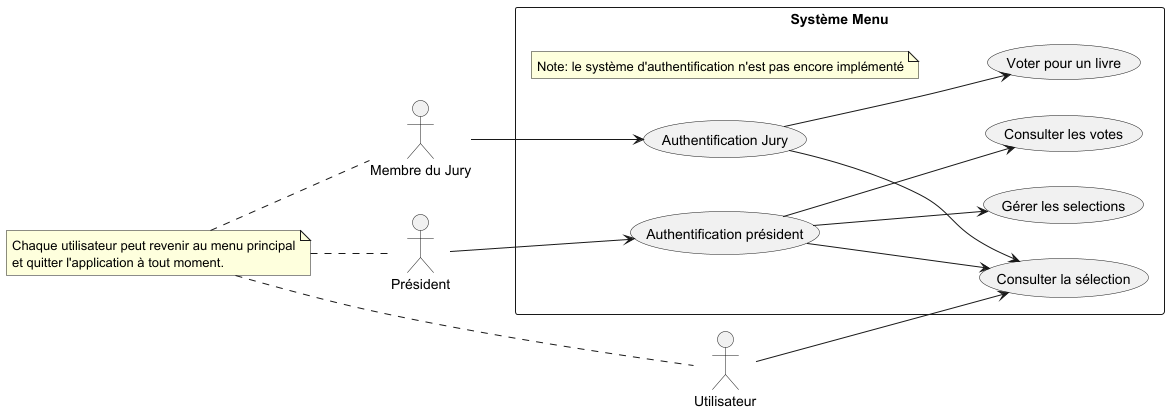
Before: doc/uml/1-use_case/goncourt-use_case.png, a diagram exported from PlantUML (john7440/Evaluation-Metier-Python).
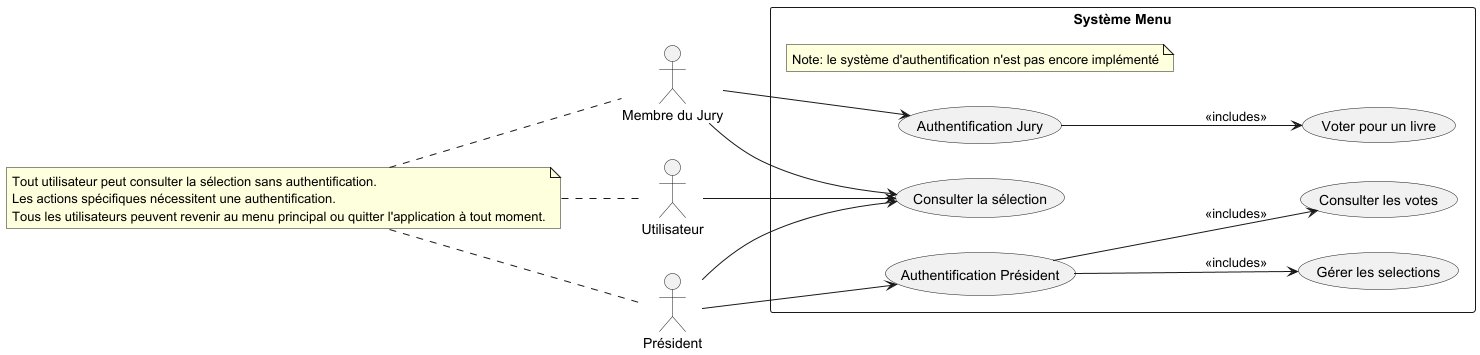
Later version of the same file.

Commit message:
mis a jour du diagramme de use case

What changed in the source:
```diff
@@ -1,15 +1,16 @@
 @startuml
 left to right direction
-
 
 actor "Membre du Jury" as jury
 actor Utilisateur as user
 actor Président as president
 
 rectangle "Système Menu" {
+
   note "Note: le système d'authentification n'est pas encore implémenté" as N2
+
   usecase "Authentification Jury" as UC_auth_jury
-  usecase "Authentification président" as UC_auth
+  usecase "Authentification Président" as UC_auth
 
   usecase "Consulter la sélection" as UC_consult
 
@@ -20,19 +21,20 @@
 }
 
 user --> UC_consult
+jury --> UC_consult
+president --> UC_consult
 
 jury --> UC_auth_jury
+president --> UC_auth
 
-president --> UC_auth
-UC_auth --> UC_consult
-UC_auth --> UC_sel
-UC_auth --> UC_show_votes
+UC_auth_jury --> UC_vote : <<includes>>
 
-UC_auth_jury --> UC_vote
-UC_auth_jury --> UC_consult
+UC_auth --> UC_show_votes :<<includes>>
+UC_auth --> UC_sel : <<includes>>
 
-note "Chaque utilisateur peut revenir au menu principal\net quitter l'application à tout moment." as N1
+note "Tout utilisateur peut consulter la sélection sans authentification.\nLes actions spécifiques nécessitent une authentification.\nTous les utilisateurs peuvent revenir au menu principal ou quitter l'application à tout moment." as N1
 N1 .. user
 N1 .. jury
 N1 .. president
+
 @enduml
```
